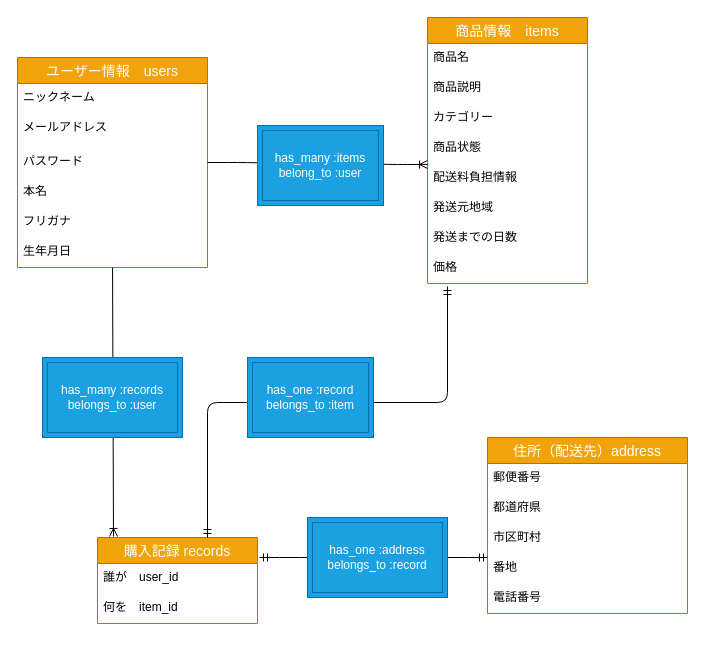
This is ER図.dio from yurika-git/furima-30976, a draw.io file, before an edit. Source tidied: cells renumbered, new cells numbered last; positions are measured from the earlier drawing's top-left corner, leaving out a move shared by most shapes. Both pictures are drawn from the tidied source at 100%, with x=0, y=0 at pixel (17, 17).
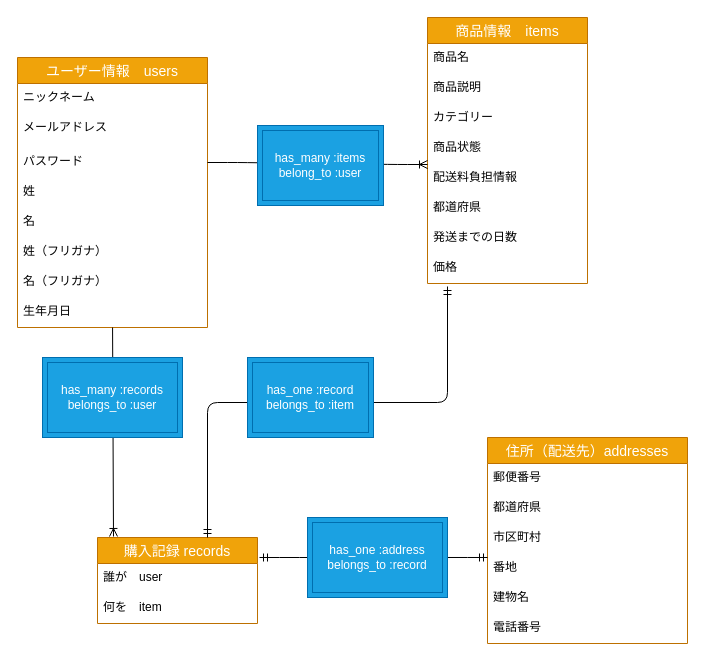
The same diagram, later.

Commit message (it also covers changes not shown here):
データベース訂正

The change refers to these unchanged cells:
```xml
<mxCell id="9" value="商品情報　items" style="swimlane;fontStyle=0;horizontal=1;startSize=26;align=center;fontSize=14;fillColor=#f0a30a;strokeColor=#BD7000;fontColor=#ffffff;" parent="1" vertex="1">
  <mxGeometry x="410" width="160" height="266" as="geometry" />
</mxCell>
<mxCell id="18" value="購入記録 records" style="swimlane;fontStyle=0;horizontal=1;startSize=26;align=center;fontSize=14;fillColor=#f0a30a;strokeColor=#BD7000;fontColor=#ffffff;" parent="1" vertex="1">
  <mxGeometry x="80" y="520" width="160" height="86" as="geometry" />
</mxCell>
```

The edit, as a diff of the source:
```diff
@@
     <mxCell id="2" value="ユーザー情報　users" style="swimlane;fontStyle=0;horizontal=1;startSize=26;align=center;fontSize=14;fillColor=#f0a30a;strokeColor=#BD7000;fontColor=#ffffff;" parent="1" vertex="1">
-      <mxGeometry y="40" width="190" height="210" as="geometry" />
+      <mxGeometry y="40" width="190" height="270" as="geometry" />
     </mxCell>
@@
-    <mxCell id="6" value="本名&#10;" style="text;strokeColor=none;fillColor=none;spacingLeft=4;spacingRight=4;overflow=hidden;fontSize=12;" parent="2" vertex="1">
+    <mxCell id="6" value="姓" style="text;strokeColor=none;fillColor=none;spacingLeft=4;spacingRight=4;overflow=hidden;fontSize=12;" parent="2" vertex="1">
       <mxGeometry y="120" width="190" height="30" as="geometry" />
     </mxCell>
+    <mxCell id="35" value="名" style="text;strokeColor=none;fillColor=none;spacingLeft=4;spacingRight=4;overflow=hidden;fontSize=12;" parent="2" vertex="1">
+      <mxGeometry y="150" width="190" height="30" as="geometry" />
+    </mxCell>
-    <mxCell id="7" value="フリガナ" style="text;strokeColor=none;fillColor=none;spacingLeft=4;spacingRight=4;overflow=hidden;fontSize=12;" parent="2" vertex="1">
-      <mxGeometry y="150" width="190" height="30" as="geometry" />
+    <mxCell id="7" value="姓（フリガナ）" style="text;strokeColor=none;fillColor=none;spacingLeft=4;spacingRight=4;overflow=hidden;fontSize=12;" parent="2" vertex="1">
+      <mxGeometry y="180" width="190" height="30" as="geometry" />
     </mxCell>
+    <mxCell id="36" value="名（フリガナ）" style="text;strokeColor=none;fillColor=none;spacingLeft=4;spacingRight=4;overflow=hidden;fontSize=12;" parent="2" vertex="1">
+      <mxGeometry y="210" width="190" height="30" as="geometry" />
+    </mxCell>
     <mxCell id="8" value="生年月日" style="text;strokeColor=none;fillColor=none;spacingLeft=4;spacingRight=4;overflow=hidden;points=[[0,0.5],[1,0.5]];portConstraint=eastwest;fontSize=12;" parent="2" vertex="1">
-      <mxGeometry y="180" width="190" height="30" as="geometry" />
+      <mxGeometry y="240" width="190" height="30" as="geometry" />
     </mxCell>
@@
-    <mxCell id="15" value="発送元地域" style="text;strokeColor=none;fillColor=none;spacingLeft=4;spacingRight=4;overflow=hidden;fontSize=12;" parent="9" vertex="1">
+    <mxCell id="15" value="都道府県" style="text;strokeColor=none;fillColor=none;spacingLeft=4;spacingRight=4;overflow=hidden;fontSize=12;" parent="9" vertex="1">
       <mxGeometry y="176" width="160" height="30" as="geometry" />
     </mxCell>
@@
-    <mxCell id="19" value="誰が　user_id" style="text;strokeColor=none;fillColor=none;spacingLeft=4;spacingRight=4;overflow=hidden;fontSize=12;" parent="18" vertex="1">
+    <mxCell id="19" value="誰が　user" style="text;strokeColor=none;fillColor=none;spacingLeft=4;spacingRight=4;overflow=hidden;fontSize=12;" parent="18" vertex="1">
       <mxGeometry y="26" width="160" height="30" as="geometry" />
     </mxCell>
-    <mxCell id="20" value="何を　item_id" style="text;strokeColor=none;fillColor=none;spacingLeft=4;spacingRight=4;overflow=hidden;fontSize=12;" parent="18" vertex="1">
+    <mxCell id="20" value="何を　item" style="text;strokeColor=none;fillColor=none;spacingLeft=4;spacingRight=4;overflow=hidden;fontSize=12;" parent="18" vertex="1">
       <mxGeometry y="56" width="160" height="30" as="geometry" />
     </mxCell>
-    <mxCell id="21" value="住所（配送先）address" style="swimlane;fontStyle=0;horizontal=1;startSize=26;align=center;fontSize=14;fillColor=#f0a30a;strokeColor=#BD7000;fontColor=#ffffff;" parent="1" vertex="1">
-      <mxGeometry x="470" y="420" width="200" height="176" as="geometry" />
+    <mxCell id="21" value="住所（配送先）addresses" style="swimlane;fontStyle=0;horizontal=1;startSize=26;align=center;fontSize=14;fillColor=#f0a30a;strokeColor=#BD7000;fontColor=#ffffff;" parent="1" vertex="1">
+      <mxGeometry x="470" y="420" width="200" height="206" as="geometry" />
     </mxCell>
@@
+    <mxCell id="37" value="建物名" style="text;strokeColor=none;fillColor=none;spacingLeft=4;spacingRight=4;overflow=hidden;fontSize=12;" parent="21" vertex="1">
+      <mxGeometry y="146" width="200" height="30" as="geometry" />
+    </mxCell>
     <mxCell id="26" value="電話番号" style="text;strokeColor=none;fillColor=none;spacingLeft=4;spacingRight=4;overflow=hidden;fontSize=12;" parent="21" vertex="1">
-      <mxGeometry y="146" width="200" height="30" as="geometry" />
+      <mxGeometry y="176" width="200" height="30" as="geometry" />
     </mxCell>
```
